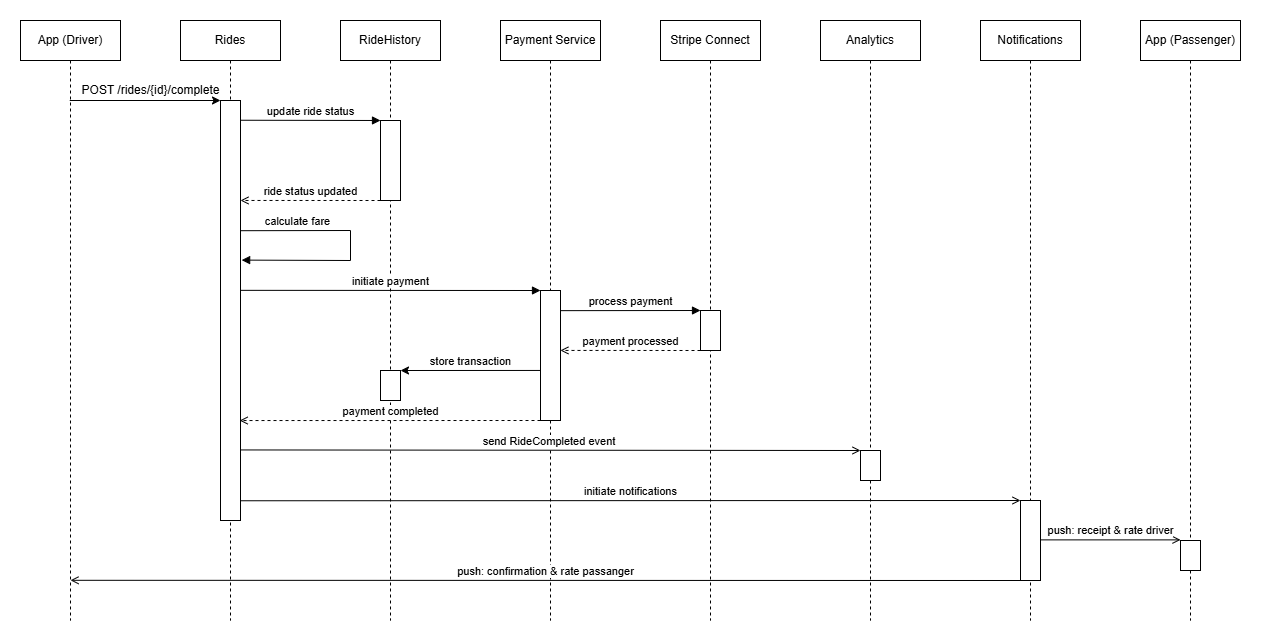
Earlier version of the draw.io export EN/images/06_payment.png (erionpolisi/rideshare-drop_arc42). Source tidied: cells renumbered, new cells last; positions are measured from the earlier drawing's top-left corner, leaving out a move shared by most shapes. Source of this version:
```xml
<mxGraphModel>
  <root>
    <mxCell id="0" />
    <mxCell id="1" parent="0" />
    <mxCell id="2" value="POST /rides/{id}/complete" style="text;html=1;whiteSpace=wrap;strokeColor=none;fillColor=none;align=center;verticalAlign=middle;rounded=0;" parent="1" vertex="1">
      <mxGeometry x="56" y="55" width="149" height="30" as="geometry" />
    </mxCell>
    <mxCell id="3" value="Rides" style="shape=umlLifeline;perimeter=lifelinePerimeter;whiteSpace=wrap;html=1;newEdgeStyle={&quot;curved&quot;:0,&quot;rounded&quot;:0};" parent="1" vertex="1">
      <mxGeometry x="160" width="100" height="600" as="geometry" />
    </mxCell>
    <mxCell id="4" style="rounded=0;whiteSpace=wrap;html=1;" parent="1" vertex="1">
      <mxGeometry x="200" y="80" width="20" height="420" as="geometry" />
    </mxCell>
    <mxCell id="5" value="RideHistory" style="shape=umlLifeline;perimeter=lifelinePerimeter;whiteSpace=wrap;html=1;newEdgeStyle={&quot;curved&quot;:0,&quot;rounded&quot;:0};" parent="1" vertex="1">
      <mxGeometry x="320" width="100" height="600" as="geometry" />
    </mxCell>
    <mxCell id="6" value="Payment Service" style="shape=umlLifeline;perimeter=lifelinePerimeter;whiteSpace=wrap;html=1;newEdgeStyle={&quot;curved&quot;:0,&quot;rounded&quot;:0};" parent="1" vertex="1">
      <mxGeometry x="480" width="100" height="600" as="geometry" />
    </mxCell>
    <mxCell id="7" value="Stripe Connect" style="shape=umlLifeline;perimeter=lifelinePerimeter;whiteSpace=wrap;html=1;newEdgeStyle={&quot;curved&quot;:0,&quot;rounded&quot;:0};" parent="1" vertex="1">
      <mxGeometry x="640" width="100" height="600" as="geometry" />
    </mxCell>
    <mxCell id="8" style="rounded=0;whiteSpace=wrap;html=1;" parent="1" vertex="1">
      <mxGeometry x="360" y="100" width="20" height="80" as="geometry" />
    </mxCell>
    <mxCell id="9" value="update ride status" style="html=1;verticalAlign=bottom;endArrow=block;startArrow=none;entryX=0;entryY=0;entryDx=0;entryDy=0;exitX=0.995;exitY=0.047;exitDx=0;exitDy=0;exitPerimeter=0;" parent="1" edge="1" source="4" target="8">
      <mxGeometry relative="1" as="geometry" />
    </mxCell>
    <mxCell id="10" value="ride status updated" style="html=1;verticalAlign=bottom;endArrow=open;dashed=1;startArrow=none;exitX=0;exitY=1;exitDx=0;exitDy=0;entryX=1;entryY=0.238;entryDx=0;entryDy=0;entryPerimeter=0;" parent="1" edge="1" source="8" target="4">
      <mxGeometry relative="1" as="geometry" />
    </mxCell>
    <mxCell id="11" style="rounded=0;whiteSpace=wrap;html=1;" parent="1" vertex="1">
      <mxGeometry x="520" y="270" width="20" height="130" as="geometry" />
    </mxCell>
    <mxCell id="12" value="initiate payment" style="html=1;verticalAlign=bottom;endArrow=block;startArrow=none;entryX=0;entryY=0;entryDx=0;entryDy=0;exitX=1.02;exitY=0.452;exitDx=0;exitDy=0;exitPerimeter=0;" parent="1" edge="1" source="4" target="11">
      <mxGeometry relative="1" as="geometry" />
    </mxCell>
    <mxCell id="13" value="calculate fare" style="html=1;verticalAlign=bottom;endArrow=block;startArrow=none;rounded=0;curved=0;exitX=1;exitY=0.31;exitDx=0;exitDy=0;entryX=1.057;entryY=0.38;entryDx=0;entryDy=0;entryPerimeter=0;exitPerimeter=0;" parent="1" edge="1" source="4" target="4">
      <mxGeometry x="-0.54" relative="1" as="geometry">
        <Array as="points">
          <mxPoint x="330" y="210" />
          <mxPoint x="330" y="240" />
        </Array>
      </mxGeometry>
    </mxCell>
    <mxCell id="14" style="rounded=0;whiteSpace=wrap;html=1;" parent="1" vertex="1">
      <mxGeometry x="680" y="290" width="20" height="40" as="geometry" />
    </mxCell>
    <mxCell id="15" value="process payment" style="html=1;verticalAlign=bottom;endArrow=block;startArrow=none;entryX=0;entryY=0;entryDx=0;entryDy=0;exitX=0.995;exitY=0.155;exitDx=0;exitDy=0;exitPerimeter=0;" parent="1" edge="1" source="11" target="14">
      <mxGeometry relative="1" as="geometry" />
    </mxCell>
    <mxCell id="16" value="payment processed" style="html=1;verticalAlign=bottom;endArrow=open;startArrow=none;exitX=0;exitY=1;exitDx=0;exitDy=0;rounded=0;curved=0;endFill=0;dashed=1;entryX=0.995;entryY=0.461;entryDx=0;entryDy=0;entryPerimeter=0;" parent="1" edge="1" source="14" target="11">
      <mxGeometry relative="1" as="geometry" />
    </mxCell>
    <mxCell id="17" style="rounded=0;whiteSpace=wrap;html=1;" parent="1" vertex="1">
      <mxGeometry x="360" y="350" width="20" height="30" as="geometry" />
    </mxCell>
    <mxCell id="18" value="store transaction" style="html=1;verticalAlign=bottom;endArrow=classic;startArrow=none;exitX=0;exitY=0.615;exitDx=0;exitDy=0;rounded=0;curved=0;endFill=1;entryX=1;entryY=0;entryDx=0;entryDy=0;exitPerimeter=0;" parent="1" edge="1" source="11" target="17">
      <mxGeometry relative="1" as="geometry" />
    </mxCell>
    <mxCell id="19" value="payment completed" style="html=1;verticalAlign=bottom;endArrow=open;startArrow=none;exitX=0;exitY=1;exitDx=0;exitDy=0;rounded=0;curved=0;endFill=0;dashed=1;entryX=0.957;entryY=0.762;entryDx=0;entryDy=0;entryPerimeter=0;" parent="1" edge="1" source="11" target="4">
      <mxGeometry relative="1" as="geometry" />
    </mxCell>
    <mxCell id="20" value="Analytics" style="shape=umlLifeline;perimeter=lifelinePerimeter;whiteSpace=wrap;html=1;newEdgeStyle={&quot;curved&quot;:0,&quot;rounded&quot;:0};" parent="1" vertex="1">
      <mxGeometry x="800" width="100" height="600" as="geometry" />
    </mxCell>
    <mxCell id="21" style="rounded=0;whiteSpace=wrap;html=1;" parent="1" vertex="1">
      <mxGeometry x="840" y="430" width="20" height="30" as="geometry" />
    </mxCell>
    <mxCell id="22" value="send RideCompleted event&amp;nbsp;" style="html=1;verticalAlign=bottom;endArrow=open;startArrow=none;exitX=1;exitY=0.832;exitDx=0;exitDy=0;exitPerimeter=0;entryX=0;entryY=0;entryDx=0;entryDy=0;endFill=0;rounded=0;curved=0;" parent="1" edge="1" source="4" target="21">
      <mxGeometry relative="1" as="geometry" />
    </mxCell>
    <mxCell id="23" value="Notifications" style="shape=umlLifeline;perimeter=lifelinePerimeter;whiteSpace=wrap;html=1;newEdgeStyle={&quot;curved&quot;:0,&quot;rounded&quot;:0};" parent="1" vertex="1">
      <mxGeometry x="960" width="100" height="600" as="geometry" />
    </mxCell>
    <mxCell id="24" value="App (Driver)" style="shape=umlLifeline;perimeter=lifelinePerimeter;whiteSpace=wrap;html=1;outlineConnect=0;portConstraint=eastwest;newEdgeStyle={&quot;curved&quot;:0,&quot;rounded&quot;:0};" parent="1" vertex="1">
      <mxGeometry width="100" height="600" as="geometry" />
    </mxCell>
    <mxCell id="25" style="endArrow=classic;html=1;rounded=0;entryX=0;entryY=0;entryDx=0;entryDy=0;" parent="1" edge="1" source="24" target="4">
      <mxGeometry relative="1" as="geometry" />
    </mxCell>
    <mxCell id="26" value="App (Passenger)" style="shape=umlLifeline;perimeter=lifelinePerimeter;whiteSpace=wrap;html=1;newEdgeStyle={&quot;curved&quot;:0,&quot;rounded&quot;:0};" parent="1" vertex="1">
      <mxGeometry x="1120" width="100" height="600" as="geometry" />
    </mxCell>
    <mxCell id="27" value="initiate notifications" style="html=1;verticalAlign=bottom;endArrow=open;startArrow=none;exitX=0.979;exitY=0.953;exitDx=0;exitDy=0;exitPerimeter=0;entryX=0;entryY=0;entryDx=0;entryDy=0;endFill=0;rounded=0;curved=0;" parent="1" edge="1" source="4" target="28">
      <mxGeometry relative="1" as="geometry" />
    </mxCell>
    <mxCell id="28" style="rounded=0;whiteSpace=wrap;html=1;" parent="1" vertex="1">
      <mxGeometry x="1000" y="480" width="20" height="80" as="geometry" />
    </mxCell>
    <mxCell id="29" value="push: receipt &amp;amp; rate driver" style="html=1;verticalAlign=bottom;endArrow=open;startArrow=none;entryX=0;entryY=0;entryDx=0;entryDy=0;exitX=0.995;exitY=0.155;exitDx=0;exitDy=0;exitPerimeter=0;endFill=0;" parent="1" edge="1">
      <mxGeometry relative="1" as="geometry">
        <mxPoint x="1020" y="519.4" as="sourcePoint" />
        <mxPoint x="1160" y="519.4" as="targetPoint" />
      </mxGeometry>
    </mxCell>
    <mxCell id="30" style="rounded=0;whiteSpace=wrap;html=1;" parent="1" vertex="1">
      <mxGeometry x="1160" y="520" width="20" height="30" as="geometry" />
    </mxCell>
    <mxCell id="31" value="push: confirmation &amp;amp; rate passanger" style="html=1;verticalAlign=bottom;endArrow=open;startArrow=none;exitX=0;exitY=1;exitDx=0;exitDy=0;rounded=0;curved=0;endFill=0;entryX=0.5;entryY=0.933;entryDx=0;entryDy=0;entryPerimeter=0;" parent="1" edge="1" source="28" target="24">
      <mxGeometry relative="1" as="geometry" />
    </mxCell>
  </root>
</mxGraphModel>
```
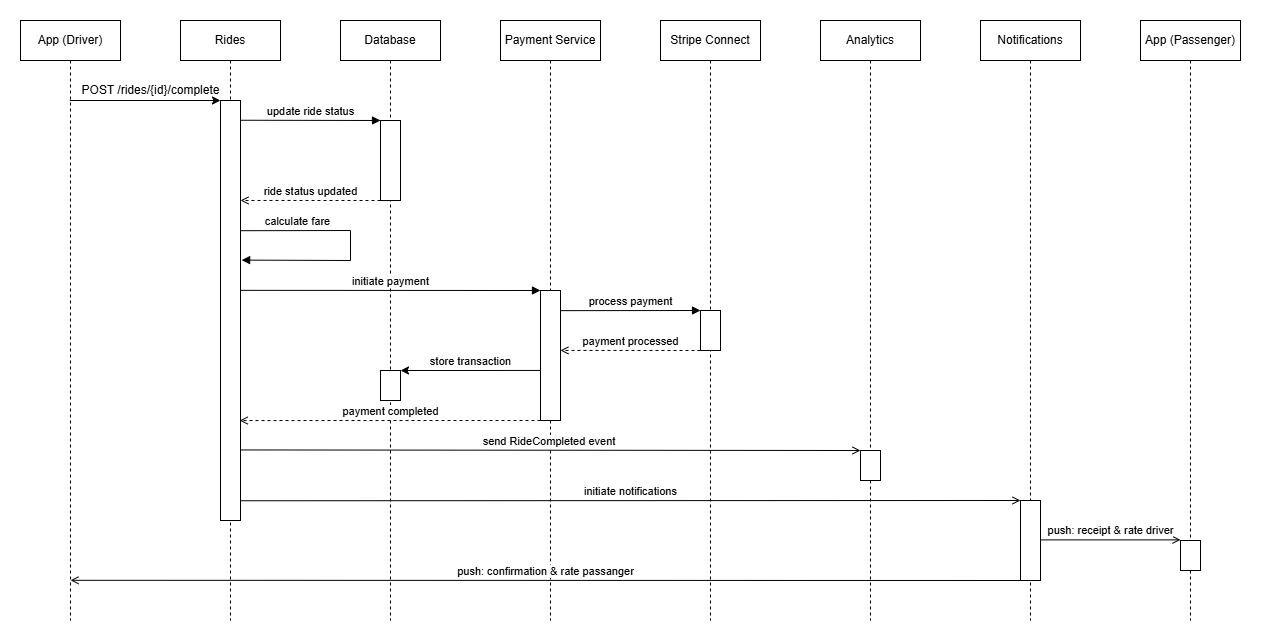
The same diagram one commit later.

Commit message:
Updated section 06 diagrams

Diff of the diagram source:
```diff
@@ -11,7 +11,7 @@
     <mxCell id="4" style="rounded=0;whiteSpace=wrap;html=1;" parent="1" vertex="1">
       <mxGeometry x="200" y="80" width="20" height="420" as="geometry" />
     </mxCell>
-    <mxCell id="5" value="RideHistory" style="shape=umlLifeline;perimeter=lifelinePerimeter;whiteSpace=wrap;html=1;newEdgeStyle={&quot;curved&quot;:0,&quot;rounded&quot;:0};" parent="1" vertex="1">
+    <mxCell id="5" value="Database" style="shape=umlLifeline;perimeter=lifelinePerimeter;whiteSpace=wrap;html=1;newEdgeStyle={&quot;curved&quot;:0,&quot;rounded&quot;:0};" parent="1" vertex="1">
       <mxGeometry x="320" width="100" height="600" as="geometry" />
     </mxCell>
     <mxCell id="6" value="Payment Service" style="shape=umlLifeline;perimeter=lifelinePerimeter;whiteSpace=wrap;html=1;newEdgeStyle={&quot;curved&quot;:0,&quot;rounded&quot;:0};" parent="1" vertex="1">
```
